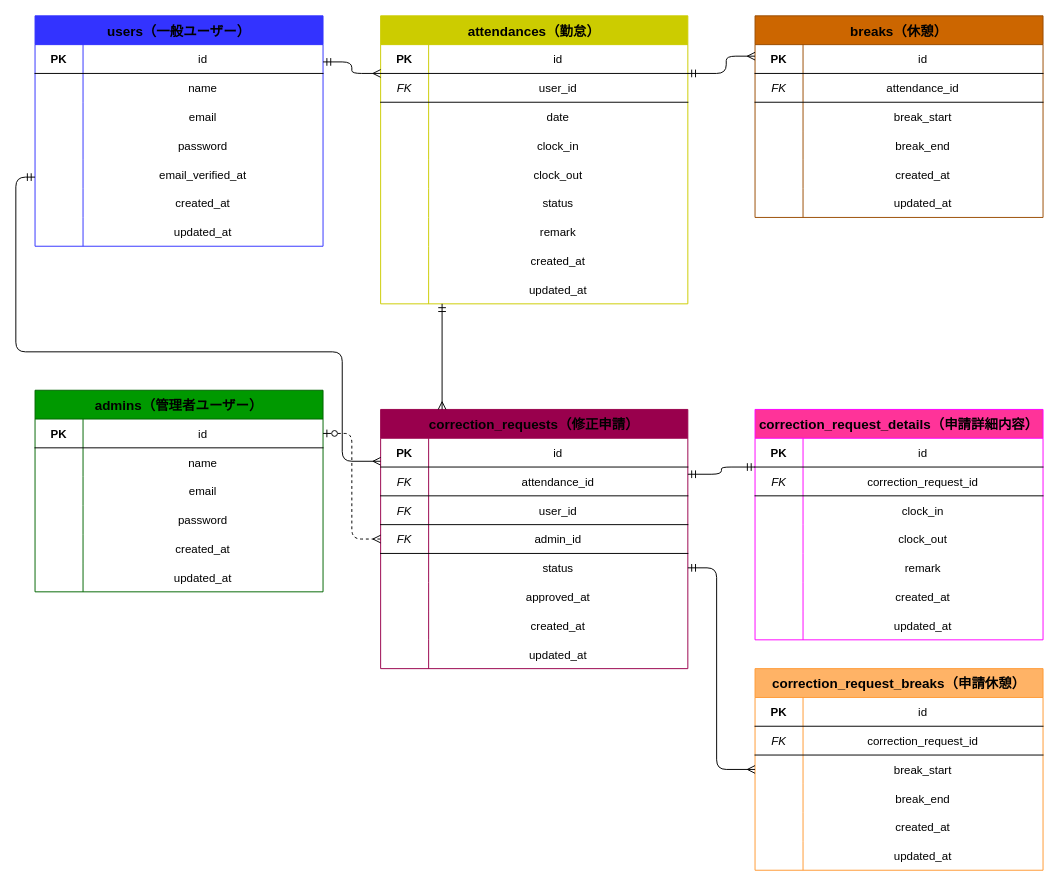
Above: attendance_system_er.drawio in kn-a0322/attendance-system-laravel (draw.io), before the change. Source tidied: cells renumbered, new cells numbered last; positions are measured from the earlier drawing's top-left corner, leaving out a move shared by most shapes. Both pictures are drawn from the tidied source at 96%, with x=0, y=0 at pixel (15, 15).
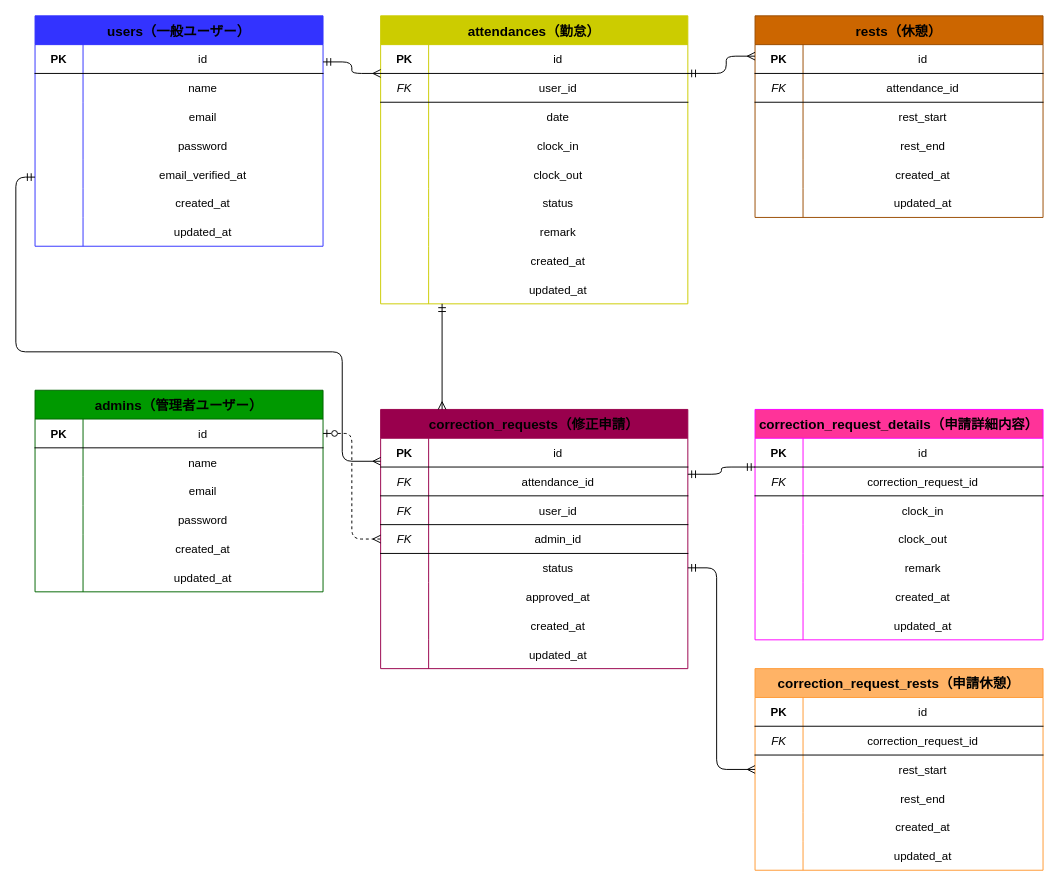
Above is the later version.

The change refers to these unchanged cells:
```xml
<mxCell id="78" style="shape=tableRow;horizontal=0;startSize=0;swimlaneHead=0;swimlaneBody=0;fillColor=none;fontSize=12;top=0;left=0;right=0;bottom=0;" parent="71" vertex="1">
  <mxGeometry y="90" width="300" height="30" as="geometry" />
</mxCell>
<mxCell id="81" style="shape=tableRow;horizontal=0;startSize=0;swimlaneHead=0;swimlaneBody=0;fillColor=none;fontSize=12;top=0;left=0;right=0;bottom=0;" parent="71" vertex="1">
  <mxGeometry y="120" width="300" height="30" as="geometry" />
</mxCell>
<mxCell id="144" style="shape=tableRow;horizontal=0;startSize=0;swimlaneHead=0;swimlaneBody=0;fillColor=none;points=[[0,0.5],[1,0.5]];portConstraint=eastwest;fontSize=12;top=0;left=0;right=0;bottom=0;" parent="137" vertex="1">
  <mxGeometry y="90" width="300" height="30" as="geometry" />
</mxCell>
<mxCell id="147" style="shape=tableRow;horizontal=0;startSize=0;swimlaneHead=0;swimlaneBody=0;fillColor=none;fontSize=12;top=0;left=0;right=0;bottom=0;" parent="137" vertex="1">
  <mxGeometry y="120" width="300" height="30" as="geometry" />
</mxCell>
```

Change to the diagram source:
```diff
@@
-    <mxCell id="71" value="breaks（休憩）" style="shape=table;startSize=30;childLayout=tableLayout;rowLines=0;fontStyle=1;align=center;fontSize=14;fillColor=#CC6600;strokeColor=#994C00;" parent="1" vertex="1">
+    <mxCell id="71" value="rests（休憩）" style="shape=table;startSize=30;childLayout=tableLayout;rowLines=0;fontStyle=1;align=center;fontSize=14;fillColor=#CC6600;strokeColor=#994C00;" parent="1" vertex="1">
       <mxGeometry x="770" width="300" height="210" as="geometry" />
     </mxCell>
@@
-    <mxCell id="80" value="break_start" style="shape=partialRectangle;fillColor=none;top=0;left=0;bottom=0;right=0;overflow=hidden;" parent="78" vertex="1">
+    <mxCell id="80" value="rest_start" style="shape=partialRectangle;fillColor=none;top=0;left=0;bottom=0;right=0;overflow=hidden;" parent="78" vertex="1">
       <mxGeometry x="50" width="250" height="30" as="geometry" />
     </mxCell>
@@
-    <mxCell id="83" value="break_end" style="shape=partialRectangle;fillColor=none;top=0;left=0;bottom=0;right=0;overflow=hidden;" parent="81" vertex="1">
+    <mxCell id="83" value="rest_end" style="shape=partialRectangle;fillColor=none;top=0;left=0;bottom=0;right=0;overflow=hidden;" parent="81" vertex="1">
       <mxGeometry x="50" width="250" height="30" as="geometry" />
     </mxCell>
@@
-    <mxCell id="137" value="correction_request_breaks（申請休憩）" style="shape=table;startSize=30;childLayout=tableLayout;rowLines=0;fontStyle=1;align=center;fontSize=14;fillColor=#FFB366;strokeColor=#FF9933;" parent="1" vertex="1">
+    <mxCell id="137" value="correction_request_rests（申請休憩）" style="shape=table;startSize=30;childLayout=tableLayout;rowLines=0;fontStyle=1;align=center;fontSize=14;fillColor=#FFB366;strokeColor=#FF9933;" parent="1" vertex="1">
       <mxGeometry x="770" y="680" width="300" height="210" as="geometry" />
     </mxCell>
@@
-    <mxCell id="146" value="break_start" style="shape=partialRectangle;fillColor=none;top=0;left=0;bottom=0;right=0;overflow=hidden;" parent="144" vertex="1">
+    <mxCell id="146" value="rest_start" style="shape=partialRectangle;fillColor=none;top=0;left=0;bottom=0;right=0;overflow=hidden;" parent="144" vertex="1">
       <mxGeometry x="50" width="250" height="30" as="geometry" />
     </mxCell>
@@
-    <mxCell id="149" value="break_end" style="shape=partialRectangle;fillColor=none;top=0;left=0;bottom=0;right=0;overflow=hidden;" parent="147" vertex="1">
+    <mxCell id="149" value="rest_end" style="shape=partialRectangle;fillColor=none;top=0;left=0;bottom=0;right=0;overflow=hidden;" parent="147" vertex="1">
       <mxGeometry x="50" width="250" height="30" as="geometry" />
     </mxCell>
```
